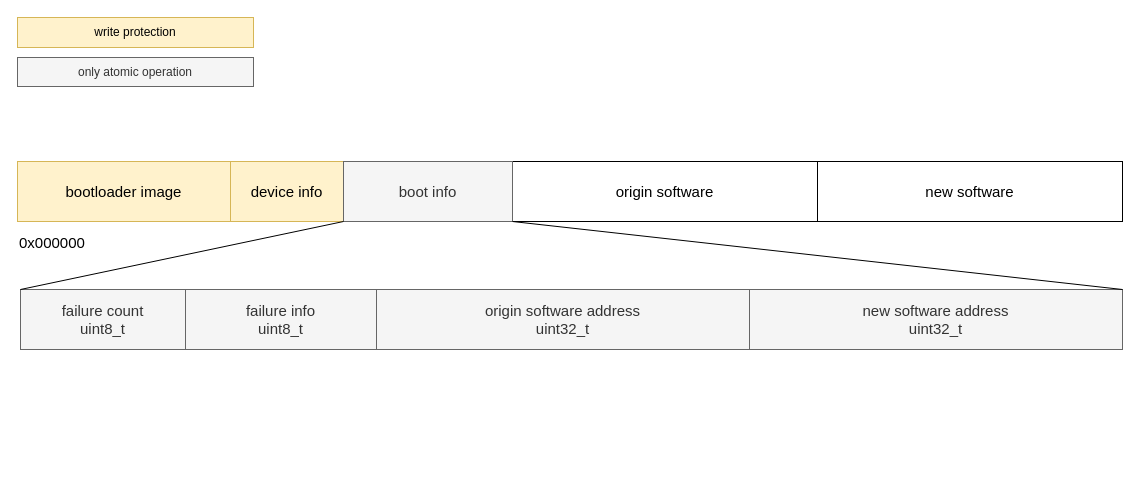
Before: schematic/05-sw-flash-structure.drawio in petrkucerak/diplom-thesis, a draw.io diagram. Source tidied: cells renumbered, new cells numbered last; positions are measured from the earlier drawing's top-left corner, leaving out a move shared by most shapes. Both pictures are drawn from the tidied source at 100%, with x=0, y=0 at pixel (17, 17).
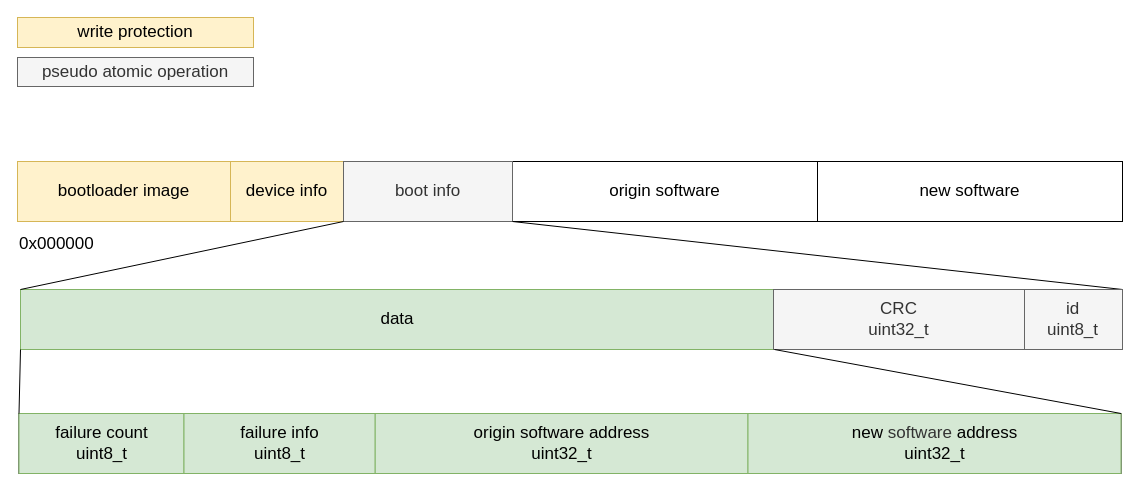
The same page after the edit.

Diff of the diagram source:
```diff
@@
-    <mxCell id="2" style="rounded=0;whiteSpace=wrap;html=1;fontSize=15;" parent="1" vertex="1">
+    <mxCell id="2" style="rounded=0;whiteSpace=wrap;html=1;fontSize=17;" parent="1" vertex="1">
       <mxGeometry y="144" width="1105" height="60" as="geometry" />
     </mxCell>
-    <mxCell id="3" value="bootloader image" style="rounded=0;whiteSpace=wrap;html=1;fontSize=15;fillColor=#fff2cc;strokeColor=#d6b656;" parent="1" vertex="1">
+    <mxCell id="3" value="bootloader image" style="rounded=0;whiteSpace=wrap;html=1;fontSize=17;fillColor=#fff2cc;strokeColor=#d6b656;" parent="1" vertex="1">
       <mxGeometry y="144" width="213" height="60" as="geometry" />
     </mxCell>
-    <mxCell id="4" value="device info" style="rounded=0;whiteSpace=wrap;html=1;fontSize=15;fillColor=#fff2cc;strokeColor=#d6b656;" parent="1" vertex="1">
+    <mxCell id="4" value="device info" style="rounded=0;whiteSpace=wrap;html=1;fontSize=17;fillColor=#fff2cc;strokeColor=#d6b656;" parent="1" vertex="1">
       <mxGeometry x="213" y="144" width="113" height="60" as="geometry" />
     </mxCell>
-    <mxCell id="5" value="&lt;span style=&quot;color: rgb(0, 0, 0);&quot;&gt;origin&amp;nbsp;&lt;/span&gt;software" style="rounded=0;whiteSpace=wrap;html=1;fontSize=15;" parent="1" vertex="1">
+    <mxCell id="5" value="&lt;span style=&quot;color: rgb(0, 0, 0);&quot;&gt;origin&amp;nbsp;&lt;/span&gt;software" style="rounded=0;whiteSpace=wrap;html=1;fontSize=17;" parent="1" vertex="1">
       <mxGeometry x="495" y="144" width="305" height="60" as="geometry" />
     </mxCell>
-    <mxCell id="6" value="&lt;span style=&quot;color: rgb(0, 0, 0);&quot;&gt;new&amp;nbsp;&lt;/span&gt;software" style="rounded=0;whiteSpace=wrap;html=1;fontSize=15;" parent="1" vertex="1">
+    <mxCell id="6" value="&lt;span style=&quot;color: rgb(0, 0, 0);&quot;&gt;new&amp;nbsp;&lt;/span&gt;software" style="rounded=0;whiteSpace=wrap;html=1;fontSize=17;" parent="1" vertex="1">
       <mxGeometry x="800" y="144" width="305" height="60" as="geometry" />
     </mxCell>
-    <mxCell id="7" style="rounded=0;whiteSpace=wrap;html=1;fontSize=15;" parent="1" vertex="1">
+    <mxCell id="7" style="rounded=0;whiteSpace=wrap;html=1;fontSize=17;" parent="1" vertex="1">
       <mxGeometry x="3" y="272" width="1102" height="60" as="geometry" />
     </mxCell>
-    <mxCell id="8" value="failure count&lt;div&gt;uint8_t&lt;/div&gt;" style="rounded=0;whiteSpace=wrap;html=1;fillColor=#f5f5f5;fontColor=#333333;strokeColor=#666666;fontSize=15;" parent="1" vertex="1">
-      <mxGeometry x="3" y="272" width="165" height="60" as="geometry" />
-    </mxCell>
-    <mxCell id="9" value="origin software address&lt;div&gt;uint32_t&lt;/div&gt;" style="rounded=0;whiteSpace=wrap;html=1;fillColor=#f5f5f5;fontColor=#333333;strokeColor=#666666;fontSize=15;" parent="1" vertex="1">
-      <mxGeometry x="359" y="272" width="373" height="60" as="geometry" />
+    <mxCell id="9" value="data" style="rounded=0;whiteSpace=wrap;html=1;fillColor=#d5e8d4;strokeColor=#82b366;fontSize=17;" parent="1" vertex="1">
+      <mxGeometry x="3" y="272" width="754" height="60" as="geometry" />
     </mxCell>
-    <mxCell id="10" value="new&amp;nbsp;&lt;span style=&quot;color: rgb(51, 51, 51);&quot;&gt;software&amp;nbsp;&lt;/span&gt;address&lt;div&gt;uint32_t&lt;/div&gt;" style="rounded=0;whiteSpace=wrap;html=1;fillColor=#f5f5f5;fontColor=#333333;strokeColor=#666666;fontSize=15;" parent="1" vertex="1">
-      <mxGeometry x="732" y="272" width="373" height="60" as="geometry" />
-    </mxCell>
-    <mxCell id="11" value="0x00&lt;span style=&quot;color: rgb(0, 0, 0);&quot;&gt;0000&lt;/span&gt;" style="text;html=1;align=left;verticalAlign=middle;strokeColor=none;fillColor=none;fontSize=15;" parent="1" vertex="1">
-      <mxGeometry y="210" width="84" height="30" as="geometry" />
+    <mxCell id="11" value="0x00&lt;span style=&quot;color: rgb(0, 0, 0);&quot;&gt;0000&lt;/span&gt;" style="text;html=1;align=left;verticalAlign=middle;strokeColor=none;fillColor=none;fontSize=17;" parent="1" vertex="1">
+      <mxGeometry y="211" width="93" height="32" as="geometry" />
     </mxCell>
-    <mxCell id="12" value="boot info" style="rounded=0;whiteSpace=wrap;html=1;fillColor=#f5f5f5;fontColor=#333333;strokeColor=#666666;fontSize=15;" parent="1" vertex="1">
+    <mxCell id="12" value="boot info" style="rounded=0;whiteSpace=wrap;html=1;fillColor=#f5f5f5;fontColor=#333333;strokeColor=#666666;fontSize=17;" parent="1" vertex="1">
       <mxGeometry x="326" y="144" width="169" height="60" as="geometry" />
     </mxCell>
-    <mxCell id="13" style="endArrow=none;html=1;entryX=1;entryY=1;entryDx=0;entryDy=0;exitX=0;exitY=0;exitDx=0;exitDy=0;fontSize=15;" parent="1" edge="1" source="8" target="4">
-      <mxGeometry relative="1" as="geometry" />
+    <mxCell id="13" style="endArrow=none;html=1;entryX=1;entryY=1;entryDx=0;entryDy=0;exitX=0;exitY=0;exitDx=0;exitDy=0;fontSize=17;" parent="1" edge="1" target="4">
+      <mxGeometry relative="1" as="geometry">
+        <mxPoint x="3" y="272" as="sourcePoint" />
+      </mxGeometry>
     </mxCell>
-    <mxCell id="14" style="endArrow=none;html=1;entryX=0;entryY=1;entryDx=0;entryDy=0;exitX=1;exitY=0;exitDx=0;exitDy=0;fontSize=15;" parent="1" edge="1" source="10" target="5">
-      <mxGeometry relative="1" as="geometry" />
+    <mxCell id="14" style="endArrow=none;html=1;entryX=0;entryY=1;entryDx=0;entryDy=0;exitX=1;exitY=0;exitDx=0;exitDy=0;fontSize=17;" parent="1" edge="1" target="5">
+      <mxGeometry relative="1" as="geometry">
+        <mxPoint x="1105" y="272" as="sourcePoint" />
+      </mxGeometry>
     </mxCell>
-    <mxCell id="15" value="write protection" style="rounded=0;whiteSpace=wrap;html=1;fillColor=#fff2cc;strokeColor=#d6b656;" parent="1" vertex="1">
+    <mxCell id="15" value="write protection" style="rounded=0;whiteSpace=wrap;html=1;fillColor=#fff2cc;strokeColor=#d6b656;fontSize=17;" parent="1" vertex="1">
       <mxGeometry width="236" height="30" as="geometry" />
     </mxCell>
-    <mxCell id="16" value="only atomic operation" style="rounded=0;whiteSpace=wrap;html=1;fillColor=#f5f5f5;strokeColor=#666666;fontColor=#333333;" parent="1" vertex="1">
+    <mxCell id="16" value="pseudo atomic operation" style="rounded=0;whiteSpace=wrap;html=1;fillColor=#f5f5f5;strokeColor=#666666;fontColor=#333333;fontSize=17;" parent="1" vertex="1">
       <mxGeometry y="40" width="236" height="29" as="geometry" />
     </mxCell>
+    <mxCell id="18" style="rounded=0;whiteSpace=wrap;html=1;fontSize=17;" parent="1" vertex="1">
+      <mxGeometry x="1.5" y="396" width="1102" height="60" as="geometry" />
+    </mxCell>
+    <mxCell id="8" value="failure count&lt;div&gt;uint8_t&lt;/div&gt;" style="rounded=0;whiteSpace=wrap;html=1;fillColor=#d5e8d4;strokeColor=#82b366;fontSize=17;" parent="1" vertex="1">
+      <mxGeometry x="1.5" y="396" width="165" height="60" as="geometry" />
+    </mxCell>
+    <mxCell id="19" value="origin software address&lt;div&gt;uint32_t&lt;/div&gt;" style="rounded=0;whiteSpace=wrap;html=1;fillColor=#d5e8d4;strokeColor=#82b366;fontSize=17;" parent="1" vertex="1">
+      <mxGeometry x="357.5" y="396" width="373" height="60" as="geometry" />
+    </mxCell>
+    <mxCell id="10" value="new&amp;nbsp;&lt;span style=&quot;color: rgb(51, 51, 51);&quot;&gt;software&amp;nbsp;&lt;/span&gt;address&lt;div&gt;uint32_t&lt;/div&gt;" style="rounded=0;whiteSpace=wrap;html=1;fillColor=#d5e8d4;strokeColor=#82b366;fontSize=17;" parent="1" vertex="1">
+      <mxGeometry x="730.5" y="396" width="373" height="60" as="geometry" />
+    </mxCell>
-    <mxCell id="17" value="failure info&lt;br&gt;&lt;div&gt;uint8_t&lt;/div&gt;" style="rounded=0;whiteSpace=wrap;html=1;fillColor=#f5f5f5;fontColor=#333333;strokeColor=#666666;fontSize=15;" parent="1" vertex="1">
-      <mxGeometry x="168" y="272" width="191" height="60" as="geometry" />
+    <mxCell id="17" value="failure info&lt;br&gt;&lt;div&gt;uint8_t&lt;/div&gt;" style="rounded=0;whiteSpace=wrap;html=1;fillColor=#d5e8d4;strokeColor=#82b366;fontSize=17;" parent="1" vertex="1">
+      <mxGeometry x="166.5" y="396" width="191" height="60" as="geometry" />
     </mxCell>
+    <mxCell id="20" value="id&lt;br&gt;uint8_t" style="rounded=0;whiteSpace=wrap;html=1;fillColor=#f5f5f5;fontColor=#333333;strokeColor=#666666;fontSize=17;" parent="1" vertex="1">
+      <mxGeometry x="1006" y="272" width="99" height="60" as="geometry" />
+    </mxCell>
+    <mxCell id="21" value="CRC&lt;div&gt;uint32_t&lt;/div&gt;" style="rounded=0;whiteSpace=wrap;html=1;fillColor=#f5f5f5;fontColor=#333333;strokeColor=#666666;fontSize=17;" parent="1" vertex="1">
+      <mxGeometry x="756" y="272" width="251" height="60" as="geometry" />
+    </mxCell>
+    <mxCell id="22" style="endArrow=none;html=1;entryX=0;entryY=1;entryDx=0;entryDy=0;fontSize=17;exitX=0;exitY=0;exitDx=0;exitDy=0;" parent="1" edge="1" source="8" target="9">
+      <mxGeometry relative="1" as="geometry" />
+    </mxCell>
+    <mxCell id="23" style="endArrow=none;html=1;entryX=1;entryY=0;entryDx=0;entryDy=0;fontSize=17;exitX=1;exitY=1;exitDx=0;exitDy=0;" parent="1" edge="1" source="9" target="10">
+      <mxGeometry relative="1" as="geometry" />
+    </mxCell>
```
